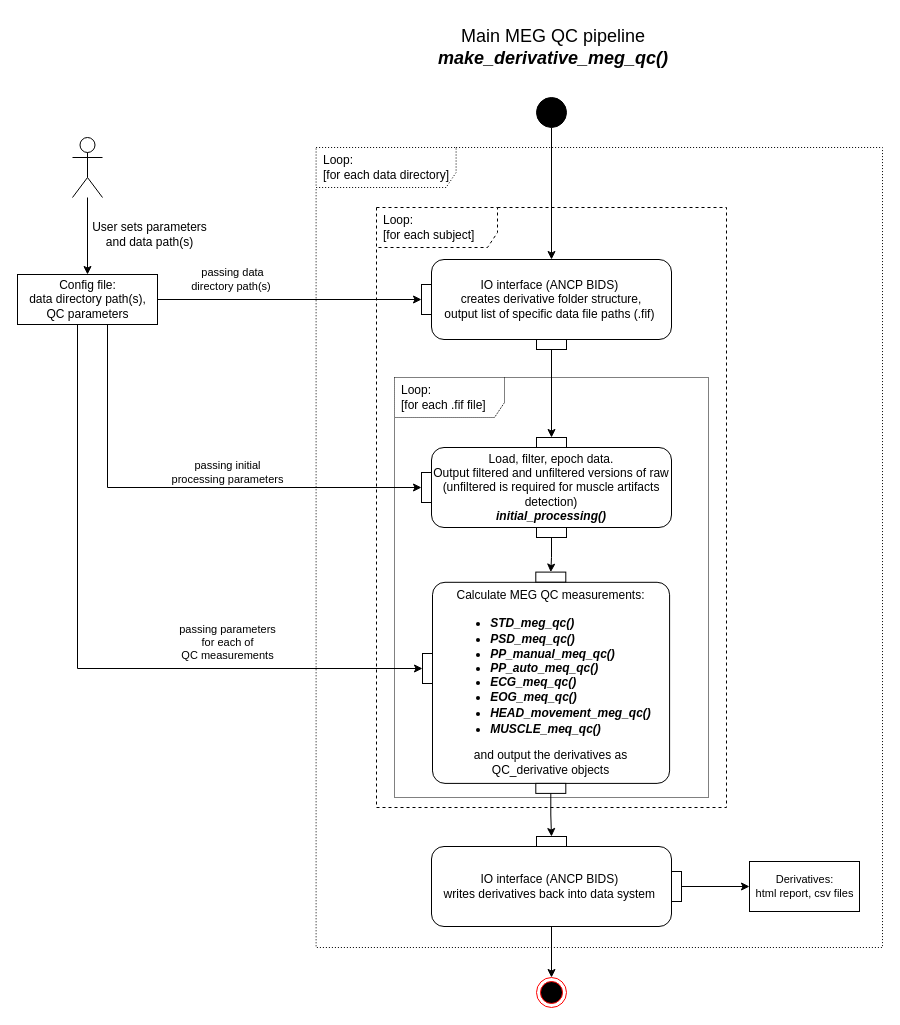
oldgandalf/MEGqcJorge keeps this draw.io diagram as diagrams/_main_UML2.5.drawio. Above is the earlier version. Source tidied: cells renumbered, new cells numbered last; positions are measured from the earlier drawing's top-left corner, leaving out a move shared by most shapes. Both pictures are drawn from the tidied source at 100%, with x=0, y=0 at pixel (17, 17).
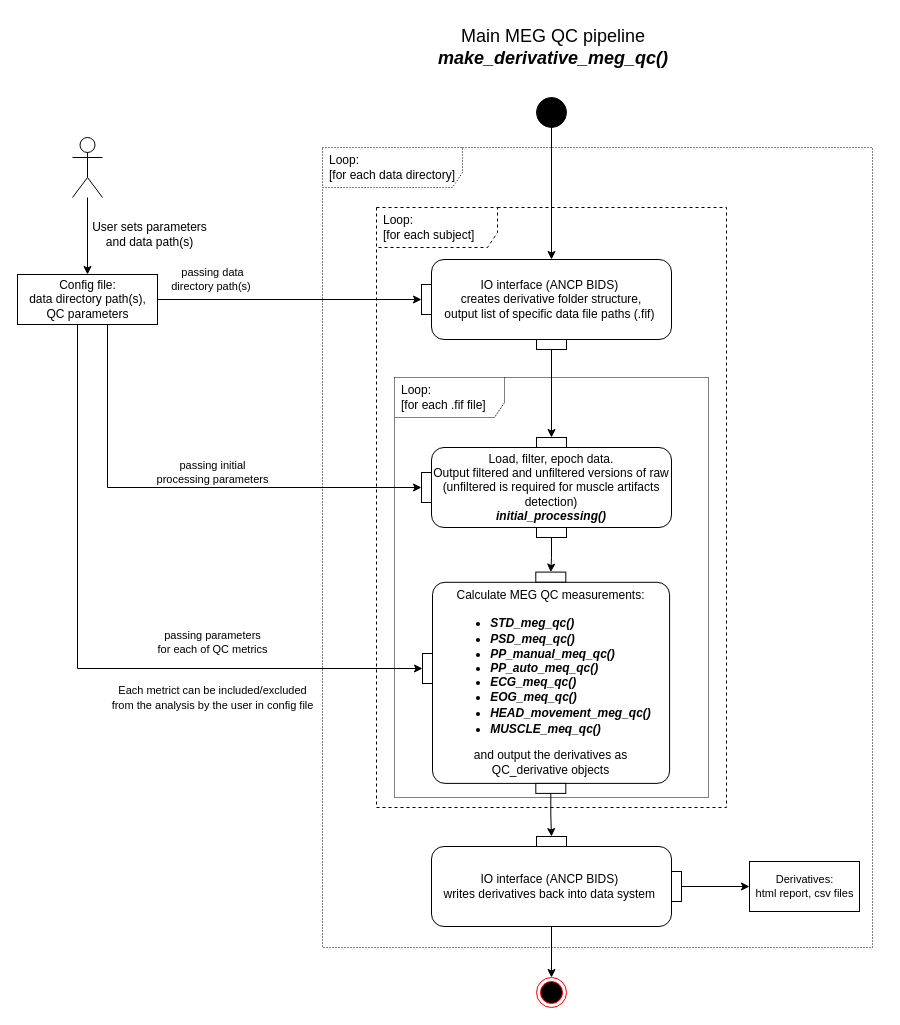
The same diagram, later.

The change refers to these unchanged cells:
```xml
<mxCell id="22" style="group;dashed=1;dashPattern=1 1;" parent="1" vertex="1">
  <mxGeometry x="415" y="530" width="450" height="400" as="geometry" />
</mxCell>
```

Diff of the diagram source:
```diff
@@
     <mxCell id="26" value="Loop:&lt;br&gt;[for each data directory]" style="shape=umlFrame;whiteSpace=wrap;html=1;width=140;height=40;boundedLbl=1;verticalAlign=middle;align=left;spacingLeft=5;dashed=1;dashPattern=1 2;" parent="22" vertex="1">
-      <mxGeometry x="-116.4" y="-400" width="566.4" height="800" as="geometry" />
+      <mxGeometry x="-110" y="-400" width="550" height="800" as="geometry" />
     </mxCell>
@@
     <mxCell id="35" value="passing data &lt;br&gt;directory path(s)&amp;nbsp;" style="text;html=1;align=center;verticalAlign=middle;strokeColor=none;fillColor=none;fontSize=11;" parent="1" vertex="1">
-      <mxGeometry x="160" y="242" width="110" height="40" as="geometry" />
+      <mxGeometry x="140" y="242" width="110" height="40" as="geometry" />
     </mxCell>
     <mxCell id="36" value="passing initial &lt;br&gt;processing parameters" style="text;html=1;align=center;verticalAlign=middle;strokeColor=none;fillColor=none;fontSize=11;" parent="1" vertex="1">
-      <mxGeometry x="140" y="435" width="140" height="40" as="geometry" />
+      <mxGeometry x="125" y="435" width="140" height="40" as="geometry" />
     </mxCell>
-    <mxCell id="37" value="passing parameters &lt;br&gt;for each of &lt;br&gt;QC measurements" style="text;html=1;align=center;verticalAlign=middle;strokeColor=none;fillColor=none;fontSize=11;" parent="1" vertex="1">
-      <mxGeometry x="150" y="600" width="120" height="50" as="geometry" />
+    <mxCell id="37" value="passing parameters &lt;br&gt;for each of QC metrics" style="text;html=1;align=center;verticalAlign=middle;strokeColor=none;fillColor=none;fontSize=11;" parent="1" vertex="1">
+      <mxGeometry x="130" y="605" width="130" height="40" as="geometry" />
     </mxCell>
@@
+    <mxCell id="43" value="&lt;font style=&quot;font-size: 11px;&quot;&gt;Each metrict can be included/excluded &lt;br&gt;from the analysis by the user in config file&lt;/font&gt;" style="text;html=1;align=center;verticalAlign=middle;strokeColor=none;fillColor=none;" parent="1" vertex="1">
+      <mxGeometry x="80" y="660" width="230" height="40" as="geometry" />
+    </mxCell>
```
